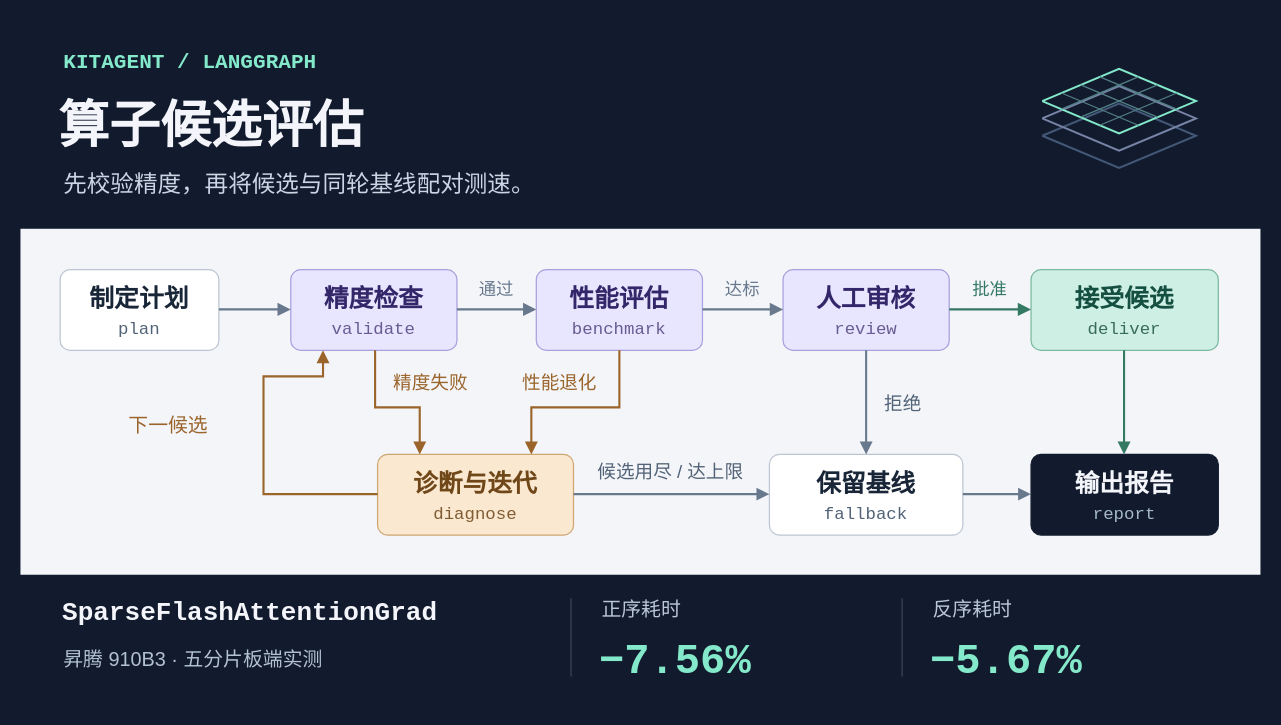
The draw.io diagram docs/assets/operator-workflow-zh.drawio in zed123214/kitagent, before the edit. Source tidied: cells renumbered, new cells numbered last; positions are measured from the earlier drawing's top-left corner, leaving out a move shared by most shapes. Both pictures are drawn from the tidied source at 124%, with x=0, y=0 at pixel (20, 20).
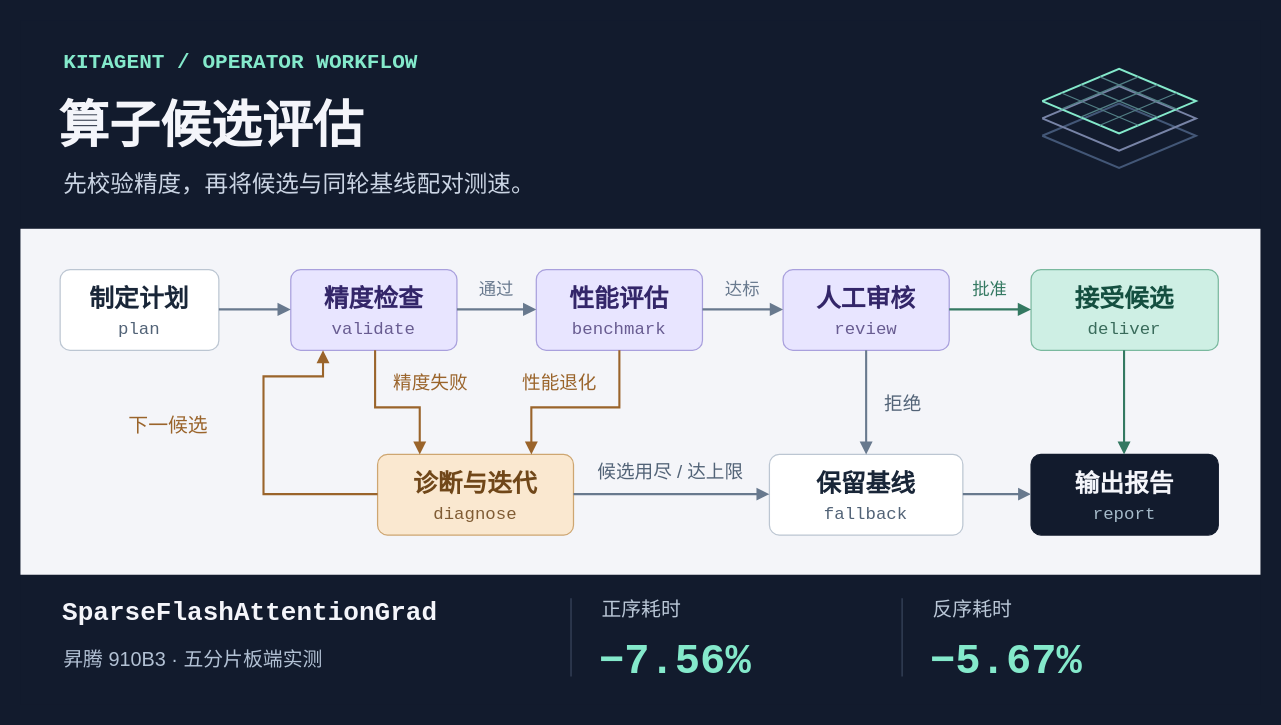
Above is the later version.

Commit message (it also covers changes not shown here):
Lead with operator evaluation and fold graph implementation details

What changed in the source:
```diff
@@
-    <mxCell id="3" value="KITAGENT   /   LANGGRAPH" style="text;html=0;strokeColor=none;fillColor=none;spacing=0;align=left;verticalAlign=middle;fontColor=#84E9CB;fontSize=17;fontStyle=1;fontFamily=Consolas;" parent="1" vertex="1">
+    <mxCell id="3" value="KITAGENT   /   OPERATOR WORKFLOW" style="text;html=0;strokeColor=none;fillColor=none;spacing=0;align=left;verticalAlign=middle;fontColor=#84E9CB;fontSize=17;fontStyle=1;fontFamily=Consolas;" parent="1" vertex="1">
       <mxGeometry x="35" y="20" width="530" height="22" as="geometry" />
     </mxCell>
```
